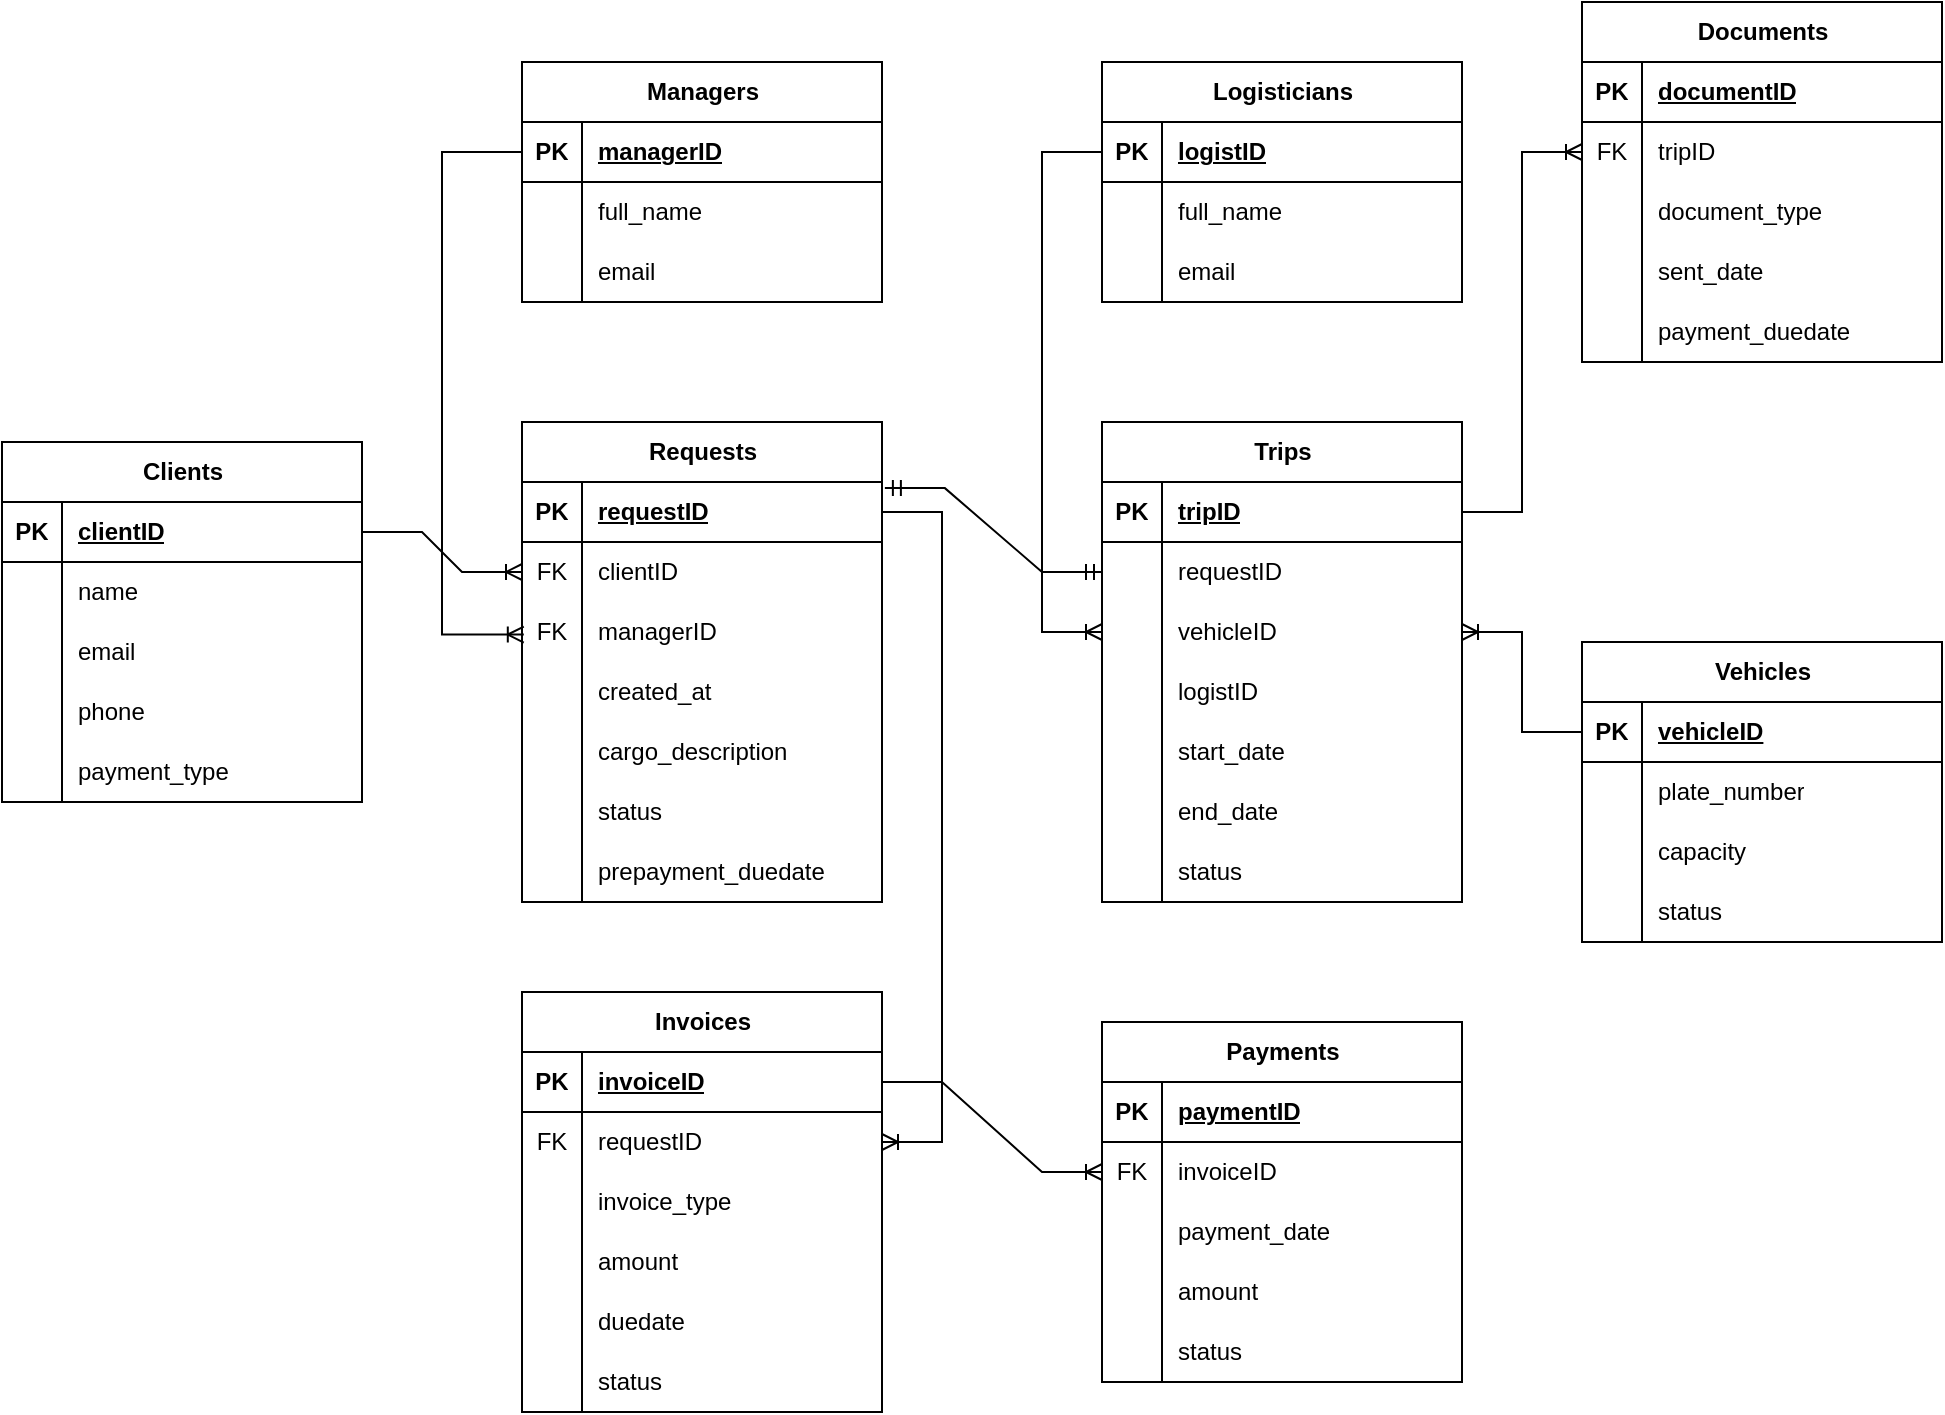
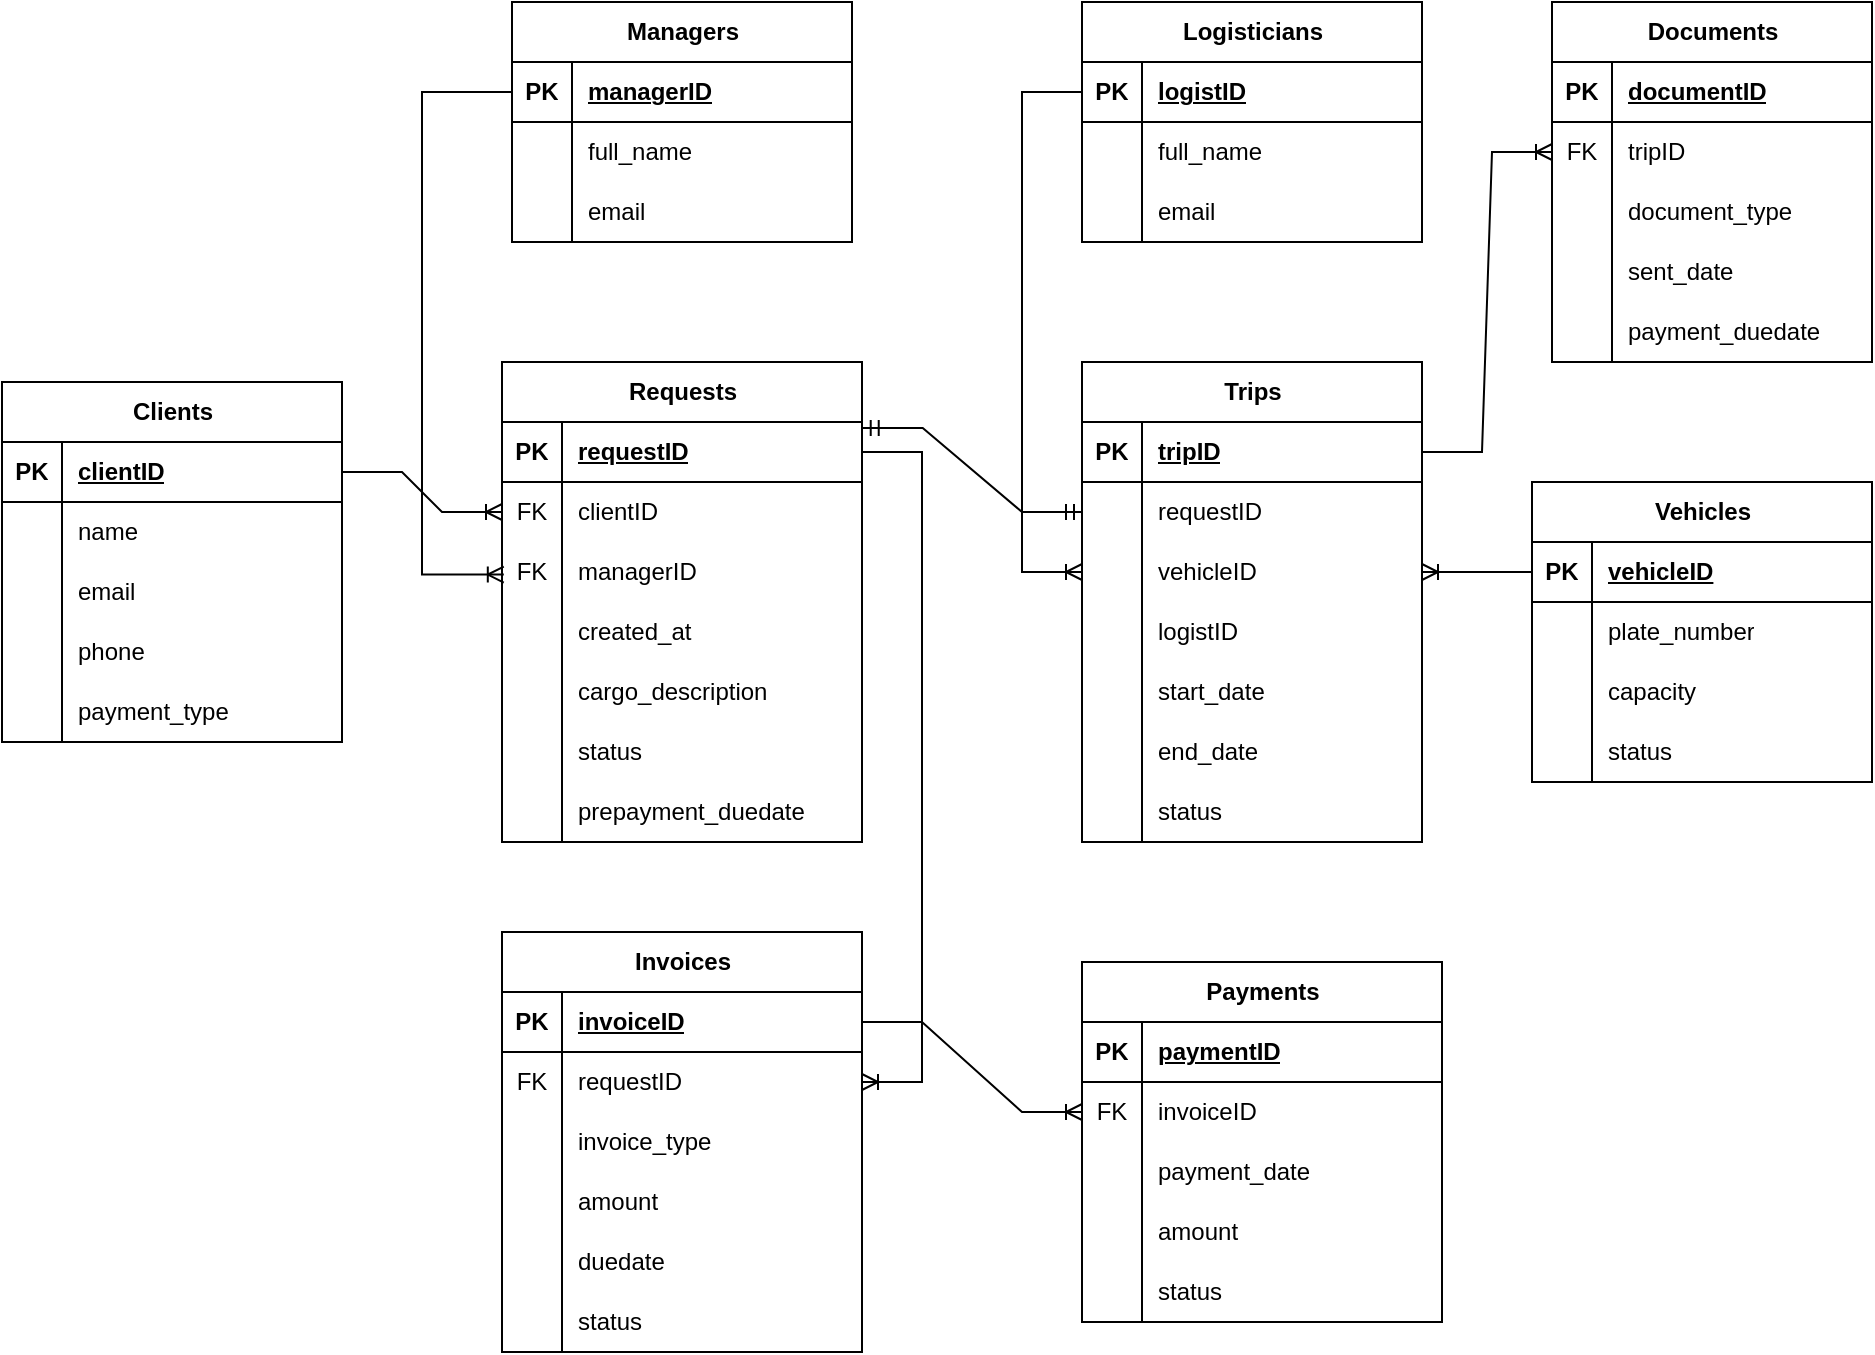
<mxfile host="app.diagrams.net" agent="5.0 (Macintosh; Intel Mac OS X 10_14_6) AppleWebKit/537.36 (KHTML, like Gecko) Chrome/83.0.4103.116 Safari/537.36">
  <diagram id="R2lEEEUBdFMjLlhIrx00" name="Page-1">
    <mxGraphModel dx="1549" dy="743" grid="1" gridSize="10" guides="1" tooltips="1" connect="1" arrows="1" fold="1" page="1" pageScale="1" pageWidth="850" pageHeight="1100" math="0" shadow="0" extFonts="Permanent Marker^https://fonts.googleapis.com/css?family=Permanent+Marker">
      <root>
        <mxCell id="0" />
        <mxCell id="1" parent="0" />
        <mxCell id="OnuUYCShp_7tIGQlhjLA-103" parent="1" style="shape=table;startSize=30;container=1;collapsible=1;childLayout=tableLayout;fixedRows=1;rowLines=0;fontStyle=1;align=center;resizeLast=1;html=1;" value="Clients" vertex="1">
-           <mxGeometry height="180" width="180" x="140" y="380" as="geometry" />
+           <mxGeometry height="180" width="170" x="150" y="380" as="geometry" />
        </mxCell>
        <mxCell id="OnuUYCShp_7tIGQlhjLA-104" parent="OnuUYCShp_7tIGQlhjLA-103" style="shape=tableRow;horizontal=0;startSize=0;swimlaneHead=0;swimlaneBody=0;fillColor=none;collapsible=0;dropTarget=0;points=[[0,0.5],[1,0.5]];portConstraint=eastwest;top=0;left=0;right=0;bottom=1;" value="" vertex="1">
-           <mxGeometry height="30" width="180" y="30" as="geometry" />
+           <mxGeometry height="30" width="170" y="30" as="geometry" />
        </mxCell>
        <mxCell id="OnuUYCShp_7tIGQlhjLA-105" parent="OnuUYCShp_7tIGQlhjLA-104" style="shape=partialRectangle;connectable=0;fillColor=none;top=0;left=0;bottom=0;right=0;fontStyle=1;overflow=hidden;whiteSpace=wrap;html=1;" value="PK" vertex="1">
          <mxGeometry height="30" width="30" as="geometry">
            <mxRectangle height="30" width="30" as="alternateBounds" />
          </mxGeometry>
        </mxCell>
        <mxCell id="OnuUYCShp_7tIGQlhjLA-106" parent="OnuUYCShp_7tIGQlhjLA-104" style="shape=partialRectangle;connectable=0;fillColor=none;top=0;left=0;bottom=0;right=0;align=left;spacingLeft=6;fontStyle=5;overflow=hidden;whiteSpace=wrap;html=1;" value="clientID" vertex="1">
-           <mxGeometry height="30" width="150" x="30" as="geometry">
-             <mxRectangle height="30" width="150" as="alternateBounds" />
+           <mxGeometry height="30" width="140" x="30" as="geometry">
+             <mxRectangle height="30" width="140" as="alternateBounds" />
          </mxGeometry>
        </mxCell>
        <mxCell id="OnuUYCShp_7tIGQlhjLA-107" parent="OnuUYCShp_7tIGQlhjLA-103" style="shape=tableRow;horizontal=0;startSize=0;swimlaneHead=0;swimlaneBody=0;fillColor=none;collapsible=0;dropTarget=0;points=[[0,0.5],[1,0.5]];portConstraint=eastwest;top=0;left=0;right=0;bottom=0;" value="" vertex="1">
-           <mxGeometry height="30" width="180" y="60" as="geometry" />
+           <mxGeometry height="30" width="170" y="60" as="geometry" />
        </mxCell>
        <mxCell id="OnuUYCShp_7tIGQlhjLA-108" parent="OnuUYCShp_7tIGQlhjLA-107" style="shape=partialRectangle;connectable=0;fillColor=none;top=0;left=0;bottom=0;right=0;editable=1;overflow=hidden;whiteSpace=wrap;html=1;" value="" vertex="1">
          <mxGeometry height="30" width="30" as="geometry">
            <mxRectangle height="30" width="30" as="alternateBounds" />
          </mxGeometry>
        </mxCell>
        <mxCell id="OnuUYCShp_7tIGQlhjLA-109" parent="OnuUYCShp_7tIGQlhjLA-107" style="shape=partialRectangle;connectable=0;fillColor=none;top=0;left=0;bottom=0;right=0;align=left;spacingLeft=6;overflow=hidden;whiteSpace=wrap;html=1;" value="name" vertex="1">
-           <mxGeometry height="30" width="150" x="30" as="geometry">
-             <mxRectangle height="30" width="150" as="alternateBounds" />
+           <mxGeometry height="30" width="140" x="30" as="geometry">
+             <mxRectangle height="30" width="140" as="alternateBounds" />
          </mxGeometry>
        </mxCell>
        <mxCell id="OnuUYCShp_7tIGQlhjLA-110" parent="OnuUYCShp_7tIGQlhjLA-103" style="shape=tableRow;horizontal=0;startSize=0;swimlaneHead=0;swimlaneBody=0;fillColor=none;collapsible=0;dropTarget=0;points=[[0,0.5],[1,0.5]];portConstraint=eastwest;top=0;left=0;right=0;bottom=0;" value="" vertex="1">
-           <mxGeometry height="30" width="180" y="90" as="geometry" />
+           <mxGeometry height="30" width="170" y="90" as="geometry" />
        </mxCell>
        <mxCell id="OnuUYCShp_7tIGQlhjLA-111" parent="OnuUYCShp_7tIGQlhjLA-110" style="shape=partialRectangle;connectable=0;fillColor=none;top=0;left=0;bottom=0;right=0;editable=1;overflow=hidden;whiteSpace=wrap;html=1;" value="" vertex="1">
          <mxGeometry height="30" width="30" as="geometry">
            <mxRectangle height="30" width="30" as="alternateBounds" />
          </mxGeometry>
        </mxCell>
        <mxCell id="OnuUYCShp_7tIGQlhjLA-112" parent="OnuUYCShp_7tIGQlhjLA-110" style="shape=partialRectangle;connectable=0;fillColor=none;top=0;left=0;bottom=0;right=0;align=left;spacingLeft=6;overflow=hidden;whiteSpace=wrap;html=1;" value="email" vertex="1">
-           <mxGeometry height="30" width="150" x="30" as="geometry">
-             <mxRectangle height="30" width="150" as="alternateBounds" />
+           <mxGeometry height="30" width="140" x="30" as="geometry">
+             <mxRectangle height="30" width="140" as="alternateBounds" />
          </mxGeometry>
        </mxCell>
        <mxCell id="OnuUYCShp_7tIGQlhjLA-113" parent="OnuUYCShp_7tIGQlhjLA-103" style="shape=tableRow;horizontal=0;startSize=0;swimlaneHead=0;swimlaneBody=0;fillColor=none;collapsible=0;dropTarget=0;points=[[0,0.5],[1,0.5]];portConstraint=eastwest;top=0;left=0;right=0;bottom=0;" value="" vertex="1">
-           <mxGeometry height="30" width="180" y="120" as="geometry" />
+           <mxGeometry height="30" width="170" y="120" as="geometry" />
        </mxCell>
        <mxCell id="OnuUYCShp_7tIGQlhjLA-114" parent="OnuUYCShp_7tIGQlhjLA-113" style="shape=partialRectangle;connectable=0;fillColor=none;top=0;left=0;bottom=0;right=0;editable=1;overflow=hidden;whiteSpace=wrap;html=1;" value="" vertex="1">
          <mxGeometry height="30" width="30" as="geometry">
            <mxRectangle height="30" width="30" as="alternateBounds" />
          </mxGeometry>
        </mxCell>
        <mxCell id="OnuUYCShp_7tIGQlhjLA-115" parent="OnuUYCShp_7tIGQlhjLA-113" style="shape=partialRectangle;connectable=0;fillColor=none;top=0;left=0;bottom=0;right=0;align=left;spacingLeft=6;overflow=hidden;whiteSpace=wrap;html=1;" value="phone" vertex="1">
-           <mxGeometry height="30" width="150" x="30" as="geometry">
-             <mxRectangle height="30" width="150" as="alternateBounds" />
+           <mxGeometry height="30" width="140" x="30" as="geometry">
+             <mxRectangle height="30" width="140" as="alternateBounds" />
          </mxGeometry>
        </mxCell>
        <mxCell id="OnuUYCShp_7tIGQlhjLA-211" parent="OnuUYCShp_7tIGQlhjLA-103" style="shape=tableRow;horizontal=0;startSize=0;swimlaneHead=0;swimlaneBody=0;fillColor=none;collapsible=0;dropTarget=0;points=[[0,0.5],[1,0.5]];portConstraint=eastwest;top=0;left=0;right=0;bottom=0;" value="" vertex="1">
-           <mxGeometry height="30" width="180" y="150" as="geometry" />
+           <mxGeometry height="30" width="170" y="150" as="geometry" />
        </mxCell>
        <mxCell id="OnuUYCShp_7tIGQlhjLA-212" parent="OnuUYCShp_7tIGQlhjLA-211" style="shape=partialRectangle;connectable=0;fillColor=none;top=0;left=0;bottom=0;right=0;editable=1;overflow=hidden;whiteSpace=wrap;html=1;" value="" vertex="1">
          <mxGeometry height="30" width="30" as="geometry">
            <mxRectangle height="30" width="30" as="alternateBounds" />
          </mxGeometry>
        </mxCell>
        <mxCell id="OnuUYCShp_7tIGQlhjLA-213" parent="OnuUYCShp_7tIGQlhjLA-211" style="shape=partialRectangle;connectable=0;fillColor=none;top=0;left=0;bottom=0;right=0;align=left;spacingLeft=6;overflow=hidden;whiteSpace=wrap;html=1;" value="payment_type" vertex="1">
-           <mxGeometry height="30" width="150" x="30" as="geometry">
-             <mxRectangle height="30" width="150" as="alternateBounds" />
+           <mxGeometry height="30" width="140" x="30" as="geometry">
+             <mxRectangle height="30" width="140" as="alternateBounds" />
          </mxGeometry>
        </mxCell>
        <mxCell id="OnuUYCShp_7tIGQlhjLA-116" parent="1" style="shape=table;startSize=30;container=1;collapsible=1;childLayout=tableLayout;fixedRows=1;rowLines=0;fontStyle=1;align=center;resizeLast=1;html=1;" value="Requests" vertex="1">
          <mxGeometry height="240" width="180" x="400" y="370" as="geometry" />
        </mxCell>
        <mxCell id="OnuUYCShp_7tIGQlhjLA-117" parent="OnuUYCShp_7tIGQlhjLA-116" style="shape=tableRow;horizontal=0;startSize=0;swimlaneHead=0;swimlaneBody=0;fillColor=none;collapsible=0;dropTarget=0;points=[[0,0.5],[1,0.5]];portConstraint=eastwest;top=0;left=0;right=0;bottom=1;" value="" vertex="1">
          <mxGeometry height="30" width="180" y="30" as="geometry" />
        </mxCell>
        <mxCell id="OnuUYCShp_7tIGQlhjLA-118" parent="OnuUYCShp_7tIGQlhjLA-117" style="shape=partialRectangle;connectable=0;fillColor=none;top=0;left=0;bottom=0;right=0;fontStyle=1;overflow=hidden;whiteSpace=wrap;html=1;" value="PK" vertex="1">
          <mxGeometry height="30" width="30" as="geometry">
            <mxRectangle height="30" width="30" as="alternateBounds" />
          </mxGeometry>
        </mxCell>
        <mxCell id="OnuUYCShp_7tIGQlhjLA-119" parent="OnuUYCShp_7tIGQlhjLA-117" style="shape=partialRectangle;connectable=0;fillColor=none;top=0;left=0;bottom=0;right=0;align=left;spacingLeft=6;fontStyle=5;overflow=hidden;whiteSpace=wrap;html=1;" value="requestID" vertex="1">
          <mxGeometry height="30" width="150" x="30" as="geometry">
            <mxRectangle height="30" width="150" as="alternateBounds" />
          </mxGeometry>
        </mxCell>
        <mxCell id="OnuUYCShp_7tIGQlhjLA-120" parent="OnuUYCShp_7tIGQlhjLA-116" style="shape=tableRow;horizontal=0;startSize=0;swimlaneHead=0;swimlaneBody=0;fillColor=none;collapsible=0;dropTarget=0;points=[[0,0.5],[1,0.5]];portConstraint=eastwest;top=0;left=0;right=0;bottom=0;" value="" vertex="1">
          <mxGeometry height="30" width="180" y="60" as="geometry" />
        </mxCell>
        <mxCell id="OnuUYCShp_7tIGQlhjLA-121" parent="OnuUYCShp_7tIGQlhjLA-120" style="shape=partialRectangle;connectable=0;fillColor=none;top=0;left=0;bottom=0;right=0;editable=1;overflow=hidden;whiteSpace=wrap;html=1;" value="FK" vertex="1">
          <mxGeometry height="30" width="30" as="geometry">
            <mxRectangle height="30" width="30" as="alternateBounds" />
          </mxGeometry>
        </mxCell>
        <mxCell id="OnuUYCShp_7tIGQlhjLA-122" parent="OnuUYCShp_7tIGQlhjLA-120" style="shape=partialRectangle;connectable=0;fillColor=none;top=0;left=0;bottom=0;right=0;align=left;spacingLeft=6;overflow=hidden;whiteSpace=wrap;html=1;" value="clientID" vertex="1">
          <mxGeometry height="30" width="150" x="30" as="geometry">
            <mxRectangle height="30" width="150" as="alternateBounds" />
          </mxGeometry>
        </mxCell>
        <mxCell id="OnuUYCShp_7tIGQlhjLA-123" parent="OnuUYCShp_7tIGQlhjLA-116" style="shape=tableRow;horizontal=0;startSize=0;swimlaneHead=0;swimlaneBody=0;fillColor=none;collapsible=0;dropTarget=0;points=[[0,0.5],[1,0.5]];portConstraint=eastwest;top=0;left=0;right=0;bottom=0;" value="" vertex="1">
          <mxGeometry height="30" width="180" y="90" as="geometry" />
        </mxCell>
        <mxCell id="OnuUYCShp_7tIGQlhjLA-124" parent="OnuUYCShp_7tIGQlhjLA-123" style="shape=partialRectangle;connectable=0;fillColor=none;top=0;left=0;bottom=0;right=0;editable=1;overflow=hidden;whiteSpace=wrap;html=1;" value="FK" vertex="1">
          <mxGeometry height="30" width="30" as="geometry">
            <mxRectangle height="30" width="30" as="alternateBounds" />
          </mxGeometry>
        </mxCell>
        <mxCell id="OnuUYCShp_7tIGQlhjLA-125" parent="OnuUYCShp_7tIGQlhjLA-123" style="shape=partialRectangle;connectable=0;fillColor=none;top=0;left=0;bottom=0;right=0;align=left;spacingLeft=6;overflow=hidden;whiteSpace=wrap;html=1;" value="managerID" vertex="1">
          <mxGeometry height="30" width="150" x="30" as="geometry">
            <mxRectangle height="30" width="150" as="alternateBounds" />
          </mxGeometry>
        </mxCell>
        <mxCell id="OnuUYCShp_7tIGQlhjLA-126" parent="OnuUYCShp_7tIGQlhjLA-116" style="shape=tableRow;horizontal=0;startSize=0;swimlaneHead=0;swimlaneBody=0;fillColor=none;collapsible=0;dropTarget=0;points=[[0,0.5],[1,0.5]];portConstraint=eastwest;top=0;left=0;right=0;bottom=0;" value="" vertex="1">
          <mxGeometry height="30" width="180" y="120" as="geometry" />
        </mxCell>
        <mxCell id="OnuUYCShp_7tIGQlhjLA-127" parent="OnuUYCShp_7tIGQlhjLA-126" style="shape=partialRectangle;connectable=0;fillColor=none;top=0;left=0;bottom=0;right=0;editable=1;overflow=hidden;whiteSpace=wrap;html=1;" value="" vertex="1">
          <mxGeometry height="30" width="30" as="geometry">
            <mxRectangle height="30" width="30" as="alternateBounds" />
          </mxGeometry>
        </mxCell>
        <mxCell id="OnuUYCShp_7tIGQlhjLA-128" parent="OnuUYCShp_7tIGQlhjLA-126" style="shape=partialRectangle;connectable=0;fillColor=none;top=0;left=0;bottom=0;right=0;align=left;spacingLeft=6;overflow=hidden;whiteSpace=wrap;html=1;" value="created_at" vertex="1">
          <mxGeometry height="30" width="150" x="30" as="geometry">
            <mxRectangle height="30" width="150" as="alternateBounds" />
          </mxGeometry>
        </mxCell>
        <mxCell id="OnuUYCShp_7tIGQlhjLA-227" parent="OnuUYCShp_7tIGQlhjLA-116" style="shape=tableRow;horizontal=0;startSize=0;swimlaneHead=0;swimlaneBody=0;fillColor=none;collapsible=0;dropTarget=0;points=[[0,0.5],[1,0.5]];portConstraint=eastwest;top=0;left=0;right=0;bottom=0;" value="" vertex="1">
          <mxGeometry height="30" width="180" y="150" as="geometry" />
        </mxCell>
        <mxCell id="OnuUYCShp_7tIGQlhjLA-228" parent="OnuUYCShp_7tIGQlhjLA-227" style="shape=partialRectangle;connectable=0;fillColor=none;top=0;left=0;bottom=0;right=0;editable=1;overflow=hidden;whiteSpace=wrap;html=1;" value="" vertex="1">
          <mxGeometry height="30" width="30" as="geometry">
            <mxRectangle height="30" width="30" as="alternateBounds" />
          </mxGeometry>
        </mxCell>
        <mxCell id="OnuUYCShp_7tIGQlhjLA-229" parent="OnuUYCShp_7tIGQlhjLA-227" style="shape=partialRectangle;connectable=0;fillColor=none;top=0;left=0;bottom=0;right=0;align=left;spacingLeft=6;overflow=hidden;whiteSpace=wrap;html=1;" value="cargo_description" vertex="1">
          <mxGeometry height="30" width="150" x="30" as="geometry">
            <mxRectangle height="30" width="150" as="alternateBounds" />
          </mxGeometry>
        </mxCell>
        <mxCell id="OnuUYCShp_7tIGQlhjLA-230" parent="OnuUYCShp_7tIGQlhjLA-116" style="shape=tableRow;horizontal=0;startSize=0;swimlaneHead=0;swimlaneBody=0;fillColor=none;collapsible=0;dropTarget=0;points=[[0,0.5],[1,0.5]];portConstraint=eastwest;top=0;left=0;right=0;bottom=0;" value="" vertex="1">
          <mxGeometry height="30" width="180" y="180" as="geometry" />
        </mxCell>
        <mxCell id="OnuUYCShp_7tIGQlhjLA-231" parent="OnuUYCShp_7tIGQlhjLA-230" style="shape=partialRectangle;connectable=0;fillColor=none;top=0;left=0;bottom=0;right=0;editable=1;overflow=hidden;whiteSpace=wrap;html=1;" value="" vertex="1">
          <mxGeometry height="30" width="30" as="geometry">
            <mxRectangle height="30" width="30" as="alternateBounds" />
          </mxGeometry>
        </mxCell>
        <mxCell id="OnuUYCShp_7tIGQlhjLA-232" parent="OnuUYCShp_7tIGQlhjLA-230" style="shape=partialRectangle;connectable=0;fillColor=none;top=0;left=0;bottom=0;right=0;align=left;spacingLeft=6;overflow=hidden;whiteSpace=wrap;html=1;" value="status" vertex="1">
          <mxGeometry height="30" width="150" x="30" as="geometry">
            <mxRectangle height="30" width="150" as="alternateBounds" />
          </mxGeometry>
        </mxCell>
        <mxCell id="OnuUYCShp_7tIGQlhjLA-233" parent="OnuUYCShp_7tIGQlhjLA-116" style="shape=tableRow;horizontal=0;startSize=0;swimlaneHead=0;swimlaneBody=0;fillColor=none;collapsible=0;dropTarget=0;points=[[0,0.5],[1,0.5]];portConstraint=eastwest;top=0;left=0;right=0;bottom=0;" value="" vertex="1">
          <mxGeometry height="30" width="180" y="210" as="geometry" />
        </mxCell>
        <mxCell id="OnuUYCShp_7tIGQlhjLA-234" parent="OnuUYCShp_7tIGQlhjLA-233" style="shape=partialRectangle;connectable=0;fillColor=none;top=0;left=0;bottom=0;right=0;editable=1;overflow=hidden;whiteSpace=wrap;html=1;" value="" vertex="1">
          <mxGeometry height="30" width="30" as="geometry">
            <mxRectangle height="30" width="30" as="alternateBounds" />
          </mxGeometry>
        </mxCell>
        <mxCell id="OnuUYCShp_7tIGQlhjLA-235" parent="OnuUYCShp_7tIGQlhjLA-233" style="shape=partialRectangle;connectable=0;fillColor=none;top=0;left=0;bottom=0;right=0;align=left;spacingLeft=6;overflow=hidden;whiteSpace=wrap;html=1;" value="prepayment_duedate" vertex="1">
          <mxGeometry height="30" width="150" x="30" as="geometry">
            <mxRectangle height="30" width="150" as="alternateBounds" />
          </mxGeometry>
        </mxCell>
        <mxCell id="OnuUYCShp_7tIGQlhjLA-129" parent="1" style="shape=table;startSize=30;container=1;collapsible=1;childLayout=tableLayout;fixedRows=1;rowLines=0;fontStyle=1;align=center;resizeLast=1;html=1;" value="Invoices" vertex="1">
          <mxGeometry height="210" width="180" x="400" y="655" as="geometry" />
        </mxCell>
        <mxCell id="OnuUYCShp_7tIGQlhjLA-130" parent="OnuUYCShp_7tIGQlhjLA-129" style="shape=tableRow;horizontal=0;startSize=0;swimlaneHead=0;swimlaneBody=0;fillColor=none;collapsible=0;dropTarget=0;points=[[0,0.5],[1,0.5]];portConstraint=eastwest;top=0;left=0;right=0;bottom=1;" value="" vertex="1">
          <mxGeometry height="30" width="180" y="30" as="geometry" />
        </mxCell>
        <mxCell id="OnuUYCShp_7tIGQlhjLA-131" parent="OnuUYCShp_7tIGQlhjLA-130" style="shape=partialRectangle;connectable=0;fillColor=none;top=0;left=0;bottom=0;right=0;fontStyle=1;overflow=hidden;whiteSpace=wrap;html=1;" value="PK" vertex="1">
          <mxGeometry height="30" width="30" as="geometry">
            <mxRectangle height="30" width="30" as="alternateBounds" />
          </mxGeometry>
        </mxCell>
        <mxCell id="OnuUYCShp_7tIGQlhjLA-132" parent="OnuUYCShp_7tIGQlhjLA-130" style="shape=partialRectangle;connectable=0;fillColor=none;top=0;left=0;bottom=0;right=0;align=left;spacingLeft=6;fontStyle=5;overflow=hidden;whiteSpace=wrap;html=1;" value="invoiceID" vertex="1">
          <mxGeometry height="30" width="150" x="30" as="geometry">
            <mxRectangle height="30" width="150" as="alternateBounds" />
          </mxGeometry>
        </mxCell>
        <mxCell id="OnuUYCShp_7tIGQlhjLA-133" parent="OnuUYCShp_7tIGQlhjLA-129" style="shape=tableRow;horizontal=0;startSize=0;swimlaneHead=0;swimlaneBody=0;fillColor=none;collapsible=0;dropTarget=0;points=[[0,0.5],[1,0.5]];portConstraint=eastwest;top=0;left=0;right=0;bottom=0;" value="" vertex="1">
          <mxGeometry height="30" width="180" y="60" as="geometry" />
        </mxCell>
        <mxCell id="OnuUYCShp_7tIGQlhjLA-134" parent="OnuUYCShp_7tIGQlhjLA-133" style="shape=partialRectangle;connectable=0;fillColor=none;top=0;left=0;bottom=0;right=0;editable=1;overflow=hidden;whiteSpace=wrap;html=1;" value="FK" vertex="1">
          <mxGeometry height="30" width="30" as="geometry">
            <mxRectangle height="30" width="30" as="alternateBounds" />
          </mxGeometry>
        </mxCell>
        <mxCell id="OnuUYCShp_7tIGQlhjLA-135" parent="OnuUYCShp_7tIGQlhjLA-133" style="shape=partialRectangle;connectable=0;fillColor=none;top=0;left=0;bottom=0;right=0;align=left;spacingLeft=6;overflow=hidden;whiteSpace=wrap;html=1;" value="requestID" vertex="1">
          <mxGeometry height="30" width="150" x="30" as="geometry">
            <mxRectangle height="30" width="150" as="alternateBounds" />
          </mxGeometry>
        </mxCell>
        <mxCell id="OnuUYCShp_7tIGQlhjLA-136" parent="OnuUYCShp_7tIGQlhjLA-129" style="shape=tableRow;horizontal=0;startSize=0;swimlaneHead=0;swimlaneBody=0;fillColor=none;collapsible=0;dropTarget=0;points=[[0,0.5],[1,0.5]];portConstraint=eastwest;top=0;left=0;right=0;bottom=0;" value="" vertex="1">
          <mxGeometry height="30" width="180" y="90" as="geometry" />
        </mxCell>
        <mxCell id="OnuUYCShp_7tIGQlhjLA-137" parent="OnuUYCShp_7tIGQlhjLA-136" style="shape=partialRectangle;connectable=0;fillColor=none;top=0;left=0;bottom=0;right=0;editable=1;overflow=hidden;whiteSpace=wrap;html=1;" value="" vertex="1">
          <mxGeometry height="30" width="30" as="geometry">
            <mxRectangle height="30" width="30" as="alternateBounds" />
          </mxGeometry>
        </mxCell>
        <mxCell id="OnuUYCShp_7tIGQlhjLA-138" parent="OnuUYCShp_7tIGQlhjLA-136" style="shape=partialRectangle;connectable=0;fillColor=none;top=0;left=0;bottom=0;right=0;align=left;spacingLeft=6;overflow=hidden;whiteSpace=wrap;html=1;" value="invoice_type" vertex="1">
          <mxGeometry height="30" width="150" x="30" as="geometry">
            <mxRectangle height="30" width="150" as="alternateBounds" />
          </mxGeometry>
        </mxCell>
        <mxCell id="OnuUYCShp_7tIGQlhjLA-139" parent="OnuUYCShp_7tIGQlhjLA-129" style="shape=tableRow;horizontal=0;startSize=0;swimlaneHead=0;swimlaneBody=0;fillColor=none;collapsible=0;dropTarget=0;points=[[0,0.5],[1,0.5]];portConstraint=eastwest;top=0;left=0;right=0;bottom=0;" value="" vertex="1">
          <mxGeometry height="30" width="180" y="120" as="geometry" />
        </mxCell>
        <mxCell id="OnuUYCShp_7tIGQlhjLA-140" parent="OnuUYCShp_7tIGQlhjLA-139" style="shape=partialRectangle;connectable=0;fillColor=none;top=0;left=0;bottom=0;right=0;editable=1;overflow=hidden;whiteSpace=wrap;html=1;" value="" vertex="1">
          <mxGeometry height="30" width="30" as="geometry">
            <mxRectangle height="30" width="30" as="alternateBounds" />
          </mxGeometry>
        </mxCell>
        <mxCell id="OnuUYCShp_7tIGQlhjLA-141" parent="OnuUYCShp_7tIGQlhjLA-139" style="shape=partialRectangle;connectable=0;fillColor=none;top=0;left=0;bottom=0;right=0;align=left;spacingLeft=6;overflow=hidden;whiteSpace=wrap;html=1;" value="amount" vertex="1">
          <mxGeometry height="30" width="150" x="30" as="geometry">
            <mxRectangle height="30" width="150" as="alternateBounds" />
          </mxGeometry>
        </mxCell>
        <mxCell id="OnuUYCShp_7tIGQlhjLA-236" parent="OnuUYCShp_7tIGQlhjLA-129" style="shape=tableRow;horizontal=0;startSize=0;swimlaneHead=0;swimlaneBody=0;fillColor=none;collapsible=0;dropTarget=0;points=[[0,0.5],[1,0.5]];portConstraint=eastwest;top=0;left=0;right=0;bottom=0;" value="" vertex="1">
          <mxGeometry height="30" width="180" y="150" as="geometry" />
        </mxCell>
        <mxCell id="OnuUYCShp_7tIGQlhjLA-237" parent="OnuUYCShp_7tIGQlhjLA-236" style="shape=partialRectangle;connectable=0;fillColor=none;top=0;left=0;bottom=0;right=0;editable=1;overflow=hidden;whiteSpace=wrap;html=1;" value="" vertex="1">
          <mxGeometry height="30" width="30" as="geometry">
            <mxRectangle height="30" width="30" as="alternateBounds" />
          </mxGeometry>
        </mxCell>
        <mxCell id="OnuUYCShp_7tIGQlhjLA-238" parent="OnuUYCShp_7tIGQlhjLA-236" style="shape=partialRectangle;connectable=0;fillColor=none;top=0;left=0;bottom=0;right=0;align=left;spacingLeft=6;overflow=hidden;whiteSpace=wrap;html=1;" value="duedate" vertex="1">
          <mxGeometry height="30" width="150" x="30" as="geometry">
            <mxRectangle height="30" width="150" as="alternateBounds" />
          </mxGeometry>
        </mxCell>
        <mxCell id="OnuUYCShp_7tIGQlhjLA-239" parent="OnuUYCShp_7tIGQlhjLA-129" style="shape=tableRow;horizontal=0;startSize=0;swimlaneHead=0;swimlaneBody=0;fillColor=none;collapsible=0;dropTarget=0;points=[[0,0.5],[1,0.5]];portConstraint=eastwest;top=0;left=0;right=0;bottom=0;" value="" vertex="1">
          <mxGeometry height="30" width="180" y="180" as="geometry" />
        </mxCell>
        <mxCell id="OnuUYCShp_7tIGQlhjLA-240" parent="OnuUYCShp_7tIGQlhjLA-239" style="shape=partialRectangle;connectable=0;fillColor=none;top=0;left=0;bottom=0;right=0;editable=1;overflow=hidden;whiteSpace=wrap;html=1;" value="" vertex="1">
          <mxGeometry height="30" width="30" as="geometry">
            <mxRectangle height="30" width="30" as="alternateBounds" />
          </mxGeometry>
        </mxCell>
        <mxCell id="OnuUYCShp_7tIGQlhjLA-241" parent="OnuUYCShp_7tIGQlhjLA-239" style="shape=partialRectangle;connectable=0;fillColor=none;top=0;left=0;bottom=0;right=0;align=left;spacingLeft=6;overflow=hidden;whiteSpace=wrap;html=1;" value="status" vertex="1">
          <mxGeometry height="30" width="150" x="30" as="geometry">
            <mxRectangle height="30" width="150" as="alternateBounds" />
          </mxGeometry>
        </mxCell>
        <mxCell id="OnuUYCShp_7tIGQlhjLA-142" parent="1" style="shape=table;startSize=30;container=1;collapsible=1;childLayout=tableLayout;fixedRows=1;rowLines=0;fontStyle=1;align=center;resizeLast=1;html=1;" value="Trips" vertex="1">
-           <mxGeometry height="240" width="180" x="690" y="370" as="geometry" />
+           <mxGeometry height="240" width="170" x="690" y="370" as="geometry" />
        </mxCell>
        <mxCell id="OnuUYCShp_7tIGQlhjLA-143" parent="OnuUYCShp_7tIGQlhjLA-142" style="shape=tableRow;horizontal=0;startSize=0;swimlaneHead=0;swimlaneBody=0;fillColor=none;collapsible=0;dropTarget=0;points=[[0,0.5],[1,0.5]];portConstraint=eastwest;top=0;left=0;right=0;bottom=1;" value="" vertex="1">
-           <mxGeometry height="30" width="180" y="30" as="geometry" />
+           <mxGeometry height="30" width="170" y="30" as="geometry" />
        </mxCell>
        <mxCell id="OnuUYCShp_7tIGQlhjLA-144" parent="OnuUYCShp_7tIGQlhjLA-143" style="shape=partialRectangle;connectable=0;fillColor=none;top=0;left=0;bottom=0;right=0;fontStyle=1;overflow=hidden;whiteSpace=wrap;html=1;" value="PK" vertex="1">
          <mxGeometry height="30" width="30" as="geometry">
            <mxRectangle height="30" width="30" as="alternateBounds" />
          </mxGeometry>
        </mxCell>
        <mxCell id="OnuUYCShp_7tIGQlhjLA-145" parent="OnuUYCShp_7tIGQlhjLA-143" style="shape=partialRectangle;connectable=0;fillColor=none;top=0;left=0;bottom=0;right=0;align=left;spacingLeft=6;fontStyle=5;overflow=hidden;whiteSpace=wrap;html=1;" value="tripID" vertex="1">
-           <mxGeometry height="30" width="150" x="30" as="geometry">
-             <mxRectangle height="30" width="150" as="alternateBounds" />
+           <mxGeometry height="30" width="140" x="30" as="geometry">
+             <mxRectangle height="30" width="140" as="alternateBounds" />
          </mxGeometry>
        </mxCell>
        <mxCell id="OnuUYCShp_7tIGQlhjLA-146" parent="OnuUYCShp_7tIGQlhjLA-142" style="shape=tableRow;horizontal=0;startSize=0;swimlaneHead=0;swimlaneBody=0;fillColor=none;collapsible=0;dropTarget=0;points=[[0,0.5],[1,0.5]];portConstraint=eastwest;top=0;left=0;right=0;bottom=0;" value="" vertex="1">
-           <mxGeometry height="30" width="180" y="60" as="geometry" />
+           <mxGeometry height="30" width="170" y="60" as="geometry" />
        </mxCell>
        <mxCell id="OnuUYCShp_7tIGQlhjLA-147" parent="OnuUYCShp_7tIGQlhjLA-146" style="shape=partialRectangle;connectable=0;fillColor=none;top=0;left=0;bottom=0;right=0;editable=1;overflow=hidden;whiteSpace=wrap;html=1;" value="" vertex="1">
          <mxGeometry height="30" width="30" as="geometry">
            <mxRectangle height="30" width="30" as="alternateBounds" />
          </mxGeometry>
        </mxCell>
        <mxCell id="OnuUYCShp_7tIGQlhjLA-148" parent="OnuUYCShp_7tIGQlhjLA-146" style="shape=partialRectangle;connectable=0;fillColor=none;top=0;left=0;bottom=0;right=0;align=left;spacingLeft=6;overflow=hidden;whiteSpace=wrap;html=1;" value="requestID" vertex="1">
-           <mxGeometry height="30" width="150" x="30" as="geometry">
-             <mxRectangle height="30" width="150" as="alternateBounds" />
+           <mxGeometry height="30" width="140" x="30" as="geometry">
+             <mxRectangle height="30" width="140" as="alternateBounds" />
          </mxGeometry>
        </mxCell>
        <mxCell id="OnuUYCShp_7tIGQlhjLA-149" parent="OnuUYCShp_7tIGQlhjLA-142" style="shape=tableRow;horizontal=0;startSize=0;swimlaneHead=0;swimlaneBody=0;fillColor=none;collapsible=0;dropTarget=0;points=[[0,0.5],[1,0.5]];portConstraint=eastwest;top=0;left=0;right=0;bottom=0;" value="" vertex="1">
-           <mxGeometry height="30" width="180" y="90" as="geometry" />
+           <mxGeometry height="30" width="170" y="90" as="geometry" />
        </mxCell>
        <mxCell id="OnuUYCShp_7tIGQlhjLA-150" parent="OnuUYCShp_7tIGQlhjLA-149" style="shape=partialRectangle;connectable=0;fillColor=none;top=0;left=0;bottom=0;right=0;editable=1;overflow=hidden;whiteSpace=wrap;html=1;" value="" vertex="1">
          <mxGeometry height="30" width="30" as="geometry">
            <mxRectangle height="30" width="30" as="alternateBounds" />
          </mxGeometry>
        </mxCell>
        <mxCell id="OnuUYCShp_7tIGQlhjLA-151" parent="OnuUYCShp_7tIGQlhjLA-149" style="shape=partialRectangle;connectable=0;fillColor=none;top=0;left=0;bottom=0;right=0;align=left;spacingLeft=6;overflow=hidden;whiteSpace=wrap;html=1;" value="vehicleID" vertex="1">
-           <mxGeometry height="30" width="150" x="30" as="geometry">
-             <mxRectangle height="30" width="150" as="alternateBounds" />
+           <mxGeometry height="30" width="140" x="30" as="geometry">
+             <mxRectangle height="30" width="140" as="alternateBounds" />
          </mxGeometry>
        </mxCell>
        <mxCell id="OnuUYCShp_7tIGQlhjLA-152" parent="OnuUYCShp_7tIGQlhjLA-142" style="shape=tableRow;horizontal=0;startSize=0;swimlaneHead=0;swimlaneBody=0;fillColor=none;collapsible=0;dropTarget=0;points=[[0,0.5],[1,0.5]];portConstraint=eastwest;top=0;left=0;right=0;bottom=0;" value="" vertex="1">
-           <mxGeometry height="30" width="180" y="120" as="geometry" />
+           <mxGeometry height="30" width="170" y="120" as="geometry" />
        </mxCell>
        <mxCell id="OnuUYCShp_7tIGQlhjLA-153" parent="OnuUYCShp_7tIGQlhjLA-152" style="shape=partialRectangle;connectable=0;fillColor=none;top=0;left=0;bottom=0;right=0;editable=1;overflow=hidden;whiteSpace=wrap;html=1;" value="" vertex="1">
          <mxGeometry height="30" width="30" as="geometry">
            <mxRectangle height="30" width="30" as="alternateBounds" />
          </mxGeometry>
        </mxCell>
        <mxCell id="OnuUYCShp_7tIGQlhjLA-154" parent="OnuUYCShp_7tIGQlhjLA-152" style="shape=partialRectangle;connectable=0;fillColor=none;top=0;left=0;bottom=0;right=0;align=left;spacingLeft=6;overflow=hidden;whiteSpace=wrap;html=1;" value="logistID" vertex="1">
-           <mxGeometry height="30" width="150" x="30" as="geometry">
-             <mxRectangle height="30" width="150" as="alternateBounds" />
+           <mxGeometry height="30" width="140" x="30" as="geometry">
+             <mxRectangle height="30" width="140" as="alternateBounds" />
          </mxGeometry>
        </mxCell>
        <mxCell id="OnuUYCShp_7tIGQlhjLA-274" parent="OnuUYCShp_7tIGQlhjLA-142" style="shape=tableRow;horizontal=0;startSize=0;swimlaneHead=0;swimlaneBody=0;fillColor=none;collapsible=0;dropTarget=0;points=[[0,0.5],[1,0.5]];portConstraint=eastwest;top=0;left=0;right=0;bottom=0;" value="" vertex="1">
-           <mxGeometry height="30" width="180" y="150" as="geometry" />
+           <mxGeometry height="30" width="170" y="150" as="geometry" />
        </mxCell>
        <mxCell id="OnuUYCShp_7tIGQlhjLA-275" parent="OnuUYCShp_7tIGQlhjLA-274" style="shape=partialRectangle;connectable=0;fillColor=none;top=0;left=0;bottom=0;right=0;editable=1;overflow=hidden;whiteSpace=wrap;html=1;" value="" vertex="1">
          <mxGeometry height="30" width="30" as="geometry">
            <mxRectangle height="30" width="30" as="alternateBounds" />
          </mxGeometry>
        </mxCell>
        <mxCell id="OnuUYCShp_7tIGQlhjLA-276" parent="OnuUYCShp_7tIGQlhjLA-274" style="shape=partialRectangle;connectable=0;fillColor=none;top=0;left=0;bottom=0;right=0;align=left;spacingLeft=6;overflow=hidden;whiteSpace=wrap;html=1;" value="start_date" vertex="1">
-           <mxGeometry height="30" width="150" x="30" as="geometry">
-             <mxRectangle height="30" width="150" as="alternateBounds" />
+           <mxGeometry height="30" width="140" x="30" as="geometry">
+             <mxRectangle height="30" width="140" as="alternateBounds" />
          </mxGeometry>
        </mxCell>
        <mxCell id="OnuUYCShp_7tIGQlhjLA-277" parent="OnuUYCShp_7tIGQlhjLA-142" style="shape=tableRow;horizontal=0;startSize=0;swimlaneHead=0;swimlaneBody=0;fillColor=none;collapsible=0;dropTarget=0;points=[[0,0.5],[1,0.5]];portConstraint=eastwest;top=0;left=0;right=0;bottom=0;" value="" vertex="1">
-           <mxGeometry height="30" width="180" y="180" as="geometry" />
+           <mxGeometry height="30" width="170" y="180" as="geometry" />
        </mxCell>
        <mxCell id="OnuUYCShp_7tIGQlhjLA-278" parent="OnuUYCShp_7tIGQlhjLA-277" style="shape=partialRectangle;connectable=0;fillColor=none;top=0;left=0;bottom=0;right=0;editable=1;overflow=hidden;whiteSpace=wrap;html=1;" value="" vertex="1">
          <mxGeometry height="30" width="30" as="geometry">
            <mxRectangle height="30" width="30" as="alternateBounds" />
          </mxGeometry>
        </mxCell>
        <mxCell id="OnuUYCShp_7tIGQlhjLA-279" parent="OnuUYCShp_7tIGQlhjLA-277" style="shape=partialRectangle;connectable=0;fillColor=none;top=0;left=0;bottom=0;right=0;align=left;spacingLeft=6;overflow=hidden;whiteSpace=wrap;html=1;" value="end_date" vertex="1">
-           <mxGeometry height="30" width="150" x="30" as="geometry">
-             <mxRectangle height="30" width="150" as="alternateBounds" />
+           <mxGeometry height="30" width="140" x="30" as="geometry">
+             <mxRectangle height="30" width="140" as="alternateBounds" />
          </mxGeometry>
        </mxCell>
        <mxCell id="OnuUYCShp_7tIGQlhjLA-280" parent="OnuUYCShp_7tIGQlhjLA-142" style="shape=tableRow;horizontal=0;startSize=0;swimlaneHead=0;swimlaneBody=0;fillColor=none;collapsible=0;dropTarget=0;points=[[0,0.5],[1,0.5]];portConstraint=eastwest;top=0;left=0;right=0;bottom=0;" value="" vertex="1">
-           <mxGeometry height="30" width="180" y="210" as="geometry" />
+           <mxGeometry height="30" width="170" y="210" as="geometry" />
        </mxCell>
        <mxCell id="OnuUYCShp_7tIGQlhjLA-281" parent="OnuUYCShp_7tIGQlhjLA-280" style="shape=partialRectangle;connectable=0;fillColor=none;top=0;left=0;bottom=0;right=0;editable=1;overflow=hidden;whiteSpace=wrap;html=1;" value="" vertex="1">
          <mxGeometry height="30" width="30" as="geometry">
            <mxRectangle height="30" width="30" as="alternateBounds" />
          </mxGeometry>
        </mxCell>
        <mxCell id="OnuUYCShp_7tIGQlhjLA-282" parent="OnuUYCShp_7tIGQlhjLA-280" style="shape=partialRectangle;connectable=0;fillColor=none;top=0;left=0;bottom=0;right=0;align=left;spacingLeft=6;overflow=hidden;whiteSpace=wrap;html=1;" value="status" vertex="1">
-           <mxGeometry height="30" width="150" x="30" as="geometry">
-             <mxRectangle height="30" width="150" as="alternateBounds" />
+           <mxGeometry height="30" width="140" x="30" as="geometry">
+             <mxRectangle height="30" width="140" as="alternateBounds" />
          </mxGeometry>
        </mxCell>
        <mxCell id="OnuUYCShp_7tIGQlhjLA-155" parent="1" style="shape=table;startSize=30;container=1;collapsible=1;childLayout=tableLayout;fixedRows=1;rowLines=0;fontStyle=1;align=center;resizeLast=1;html=1;" value="Vehicles" vertex="1">
-           <mxGeometry height="150" width="180" x="930" y="480" as="geometry" />
+           <mxGeometry height="150" width="170" x="915" y="430" as="geometry" />
        </mxCell>
        <mxCell id="OnuUYCShp_7tIGQlhjLA-156" parent="OnuUYCShp_7tIGQlhjLA-155" style="shape=tableRow;horizontal=0;startSize=0;swimlaneHead=0;swimlaneBody=0;fillColor=none;collapsible=0;dropTarget=0;points=[[0,0.5],[1,0.5]];portConstraint=eastwest;top=0;left=0;right=0;bottom=1;" value="" vertex="1">
-           <mxGeometry height="30" width="180" y="30" as="geometry" />
+           <mxGeometry height="30" width="170" y="30" as="geometry" />
        </mxCell>
        <mxCell id="OnuUYCShp_7tIGQlhjLA-157" parent="OnuUYCShp_7tIGQlhjLA-156" style="shape=partialRectangle;connectable=0;fillColor=none;top=0;left=0;bottom=0;right=0;fontStyle=1;overflow=hidden;whiteSpace=wrap;html=1;" value="PK" vertex="1">
          <mxGeometry height="30" width="30" as="geometry">
            <mxRectangle height="30" width="30" as="alternateBounds" />
          </mxGeometry>
        </mxCell>
        <mxCell id="OnuUYCShp_7tIGQlhjLA-158" parent="OnuUYCShp_7tIGQlhjLA-156" style="shape=partialRectangle;connectable=0;fillColor=none;top=0;left=0;bottom=0;right=0;align=left;spacingLeft=6;fontStyle=5;overflow=hidden;whiteSpace=wrap;html=1;" value="vehicleID" vertex="1">
-           <mxGeometry height="30" width="150" x="30" as="geometry">
-             <mxRectangle height="30" width="150" as="alternateBounds" />
+           <mxGeometry height="30" width="140" x="30" as="geometry">
+             <mxRectangle height="30" width="140" as="alternateBounds" />
          </mxGeometry>
        </mxCell>
        <mxCell id="OnuUYCShp_7tIGQlhjLA-159" parent="OnuUYCShp_7tIGQlhjLA-155" style="shape=tableRow;horizontal=0;startSize=0;swimlaneHead=0;swimlaneBody=0;fillColor=none;collapsible=0;dropTarget=0;points=[[0,0.5],[1,0.5]];portConstraint=eastwest;top=0;left=0;right=0;bottom=0;" value="" vertex="1">
-           <mxGeometry height="30" width="180" y="60" as="geometry" />
+           <mxGeometry height="30" width="170" y="60" as="geometry" />
        </mxCell>
        <mxCell id="OnuUYCShp_7tIGQlhjLA-160" parent="OnuUYCShp_7tIGQlhjLA-159" style="shape=partialRectangle;connectable=0;fillColor=none;top=0;left=0;bottom=0;right=0;editable=1;overflow=hidden;whiteSpace=wrap;html=1;" value="" vertex="1">
          <mxGeometry height="30" width="30" as="geometry">
            <mxRectangle height="30" width="30" as="alternateBounds" />
          </mxGeometry>
        </mxCell>
        <mxCell id="OnuUYCShp_7tIGQlhjLA-161" parent="OnuUYCShp_7tIGQlhjLA-159" style="shape=partialRectangle;connectable=0;fillColor=none;top=0;left=0;bottom=0;right=0;align=left;spacingLeft=6;overflow=hidden;whiteSpace=wrap;html=1;" value="plate_number" vertex="1">
-           <mxGeometry height="30" width="150" x="30" as="geometry">
-             <mxRectangle height="30" width="150" as="alternateBounds" />
+           <mxGeometry height="30" width="140" x="30" as="geometry">
+             <mxRectangle height="30" width="140" as="alternateBounds" />
          </mxGeometry>
        </mxCell>
        <mxCell id="OnuUYCShp_7tIGQlhjLA-162" parent="OnuUYCShp_7tIGQlhjLA-155" style="shape=tableRow;horizontal=0;startSize=0;swimlaneHead=0;swimlaneBody=0;fillColor=none;collapsible=0;dropTarget=0;points=[[0,0.5],[1,0.5]];portConstraint=eastwest;top=0;left=0;right=0;bottom=0;" value="" vertex="1">
-           <mxGeometry height="30" width="180" y="90" as="geometry" />
+           <mxGeometry height="30" width="170" y="90" as="geometry" />
        </mxCell>
        <mxCell id="OnuUYCShp_7tIGQlhjLA-163" parent="OnuUYCShp_7tIGQlhjLA-162" style="shape=partialRectangle;connectable=0;fillColor=none;top=0;left=0;bottom=0;right=0;editable=1;overflow=hidden;whiteSpace=wrap;html=1;" value="" vertex="1">
          <mxGeometry height="30" width="30" as="geometry">
            <mxRectangle height="30" width="30" as="alternateBounds" />
          </mxGeometry>
        </mxCell>
        <mxCell id="OnuUYCShp_7tIGQlhjLA-164" parent="OnuUYCShp_7tIGQlhjLA-162" style="shape=partialRectangle;connectable=0;fillColor=none;top=0;left=0;bottom=0;right=0;align=left;spacingLeft=6;overflow=hidden;whiteSpace=wrap;html=1;" value="capacity" vertex="1">
-           <mxGeometry height="30" width="150" x="30" as="geometry">
-             <mxRectangle height="30" width="150" as="alternateBounds" />
+           <mxGeometry height="30" width="140" x="30" as="geometry">
+             <mxRectangle height="30" width="140" as="alternateBounds" />
          </mxGeometry>
        </mxCell>
        <mxCell id="OnuUYCShp_7tIGQlhjLA-165" parent="OnuUYCShp_7tIGQlhjLA-155" style="shape=tableRow;horizontal=0;startSize=0;swimlaneHead=0;swimlaneBody=0;fillColor=none;collapsible=0;dropTarget=0;points=[[0,0.5],[1,0.5]];portConstraint=eastwest;top=0;left=0;right=0;bottom=0;" value="" vertex="1">
-           <mxGeometry height="30" width="180" y="120" as="geometry" />
+           <mxGeometry height="30" width="170" y="120" as="geometry" />
        </mxCell>
        <mxCell id="OnuUYCShp_7tIGQlhjLA-166" parent="OnuUYCShp_7tIGQlhjLA-165" style="shape=partialRectangle;connectable=0;fillColor=none;top=0;left=0;bottom=0;right=0;editable=1;overflow=hidden;whiteSpace=wrap;html=1;" value="" vertex="1">
          <mxGeometry height="30" width="30" as="geometry">
            <mxRectangle height="30" width="30" as="alternateBounds" />
          </mxGeometry>
        </mxCell>
        <mxCell id="OnuUYCShp_7tIGQlhjLA-167" parent="OnuUYCShp_7tIGQlhjLA-165" style="shape=partialRectangle;connectable=0;fillColor=none;top=0;left=0;bottom=0;right=0;align=left;spacingLeft=6;overflow=hidden;whiteSpace=wrap;html=1;" value="status" vertex="1">
-           <mxGeometry height="30" width="150" x="30" as="geometry">
-             <mxRectangle height="30" width="150" as="alternateBounds" />
+           <mxGeometry height="30" width="140" x="30" as="geometry">
+             <mxRectangle height="30" width="140" as="alternateBounds" />
          </mxGeometry>
        </mxCell>
        <mxCell id="OnuUYCShp_7tIGQlhjLA-168" parent="1" style="shape=table;startSize=30;container=1;collapsible=1;childLayout=tableLayout;fixedRows=1;rowLines=0;fontStyle=1;align=center;resizeLast=1;html=1;" value="Managers" vertex="1">
-           <mxGeometry height="120" width="180" x="400" y="190" as="geometry" />
+           <mxGeometry height="120" width="170" x="405" y="190" as="geometry" />
        </mxCell>
        <mxCell id="OnuUYCShp_7tIGQlhjLA-169" parent="OnuUYCShp_7tIGQlhjLA-168" style="shape=tableRow;horizontal=0;startSize=0;swimlaneHead=0;swimlaneBody=0;fillColor=none;collapsible=0;dropTarget=0;points=[[0,0.5],[1,0.5]];portConstraint=eastwest;top=0;left=0;right=0;bottom=1;" value="" vertex="1">
-           <mxGeometry height="30" width="180" y="30" as="geometry" />
+           <mxGeometry height="30" width="170" y="30" as="geometry" />
        </mxCell>
        <mxCell id="OnuUYCShp_7tIGQlhjLA-170" parent="OnuUYCShp_7tIGQlhjLA-169" style="shape=partialRectangle;connectable=0;fillColor=none;top=0;left=0;bottom=0;right=0;fontStyle=1;overflow=hidden;whiteSpace=wrap;html=1;" value="PK" vertex="1">
          <mxGeometry height="30" width="30" as="geometry">
            <mxRectangle height="30" width="30" as="alternateBounds" />
          </mxGeometry>
        </mxCell>
        <mxCell id="OnuUYCShp_7tIGQlhjLA-171" parent="OnuUYCShp_7tIGQlhjLA-169" style="shape=partialRectangle;connectable=0;fillColor=none;top=0;left=0;bottom=0;right=0;align=left;spacingLeft=6;fontStyle=5;overflow=hidden;whiteSpace=wrap;html=1;" value="managerID" vertex="1">
-           <mxGeometry height="30" width="150" x="30" as="geometry">
-             <mxRectangle height="30" width="150" as="alternateBounds" />
+           <mxGeometry height="30" width="140" x="30" as="geometry">
+             <mxRectangle height="30" width="140" as="alternateBounds" />
          </mxGeometry>
        </mxCell>
        <mxCell id="OnuUYCShp_7tIGQlhjLA-172" parent="OnuUYCShp_7tIGQlhjLA-168" style="shape=tableRow;horizontal=0;startSize=0;swimlaneHead=0;swimlaneBody=0;fillColor=none;collapsible=0;dropTarget=0;points=[[0,0.5],[1,0.5]];portConstraint=eastwest;top=0;left=0;right=0;bottom=0;" value="" vertex="1">
-           <mxGeometry height="30" width="180" y="60" as="geometry" />
+           <mxGeometry height="30" width="170" y="60" as="geometry" />
        </mxCell>
        <mxCell id="OnuUYCShp_7tIGQlhjLA-173" parent="OnuUYCShp_7tIGQlhjLA-172" style="shape=partialRectangle;connectable=0;fillColor=none;top=0;left=0;bottom=0;right=0;editable=1;overflow=hidden;whiteSpace=wrap;html=1;" value="" vertex="1">
          <mxGeometry height="30" width="30" as="geometry">
            <mxRectangle height="30" width="30" as="alternateBounds" />
          </mxGeometry>
        </mxCell>
        <mxCell id="OnuUYCShp_7tIGQlhjLA-174" parent="OnuUYCShp_7tIGQlhjLA-172" style="shape=partialRectangle;connectable=0;fillColor=none;top=0;left=0;bottom=0;right=0;align=left;spacingLeft=6;overflow=hidden;whiteSpace=wrap;html=1;" value="full_name" vertex="1">
-           <mxGeometry height="30" width="150" x="30" as="geometry">
-             <mxRectangle height="30" width="150" as="alternateBounds" />
+           <mxGeometry height="30" width="140" x="30" as="geometry">
+             <mxRectangle height="30" width="140" as="alternateBounds" />
          </mxGeometry>
        </mxCell>
        <mxCell id="OnuUYCShp_7tIGQlhjLA-175" parent="OnuUYCShp_7tIGQlhjLA-168" style="shape=tableRow;horizontal=0;startSize=0;swimlaneHead=0;swimlaneBody=0;fillColor=none;collapsible=0;dropTarget=0;points=[[0,0.5],[1,0.5]];portConstraint=eastwest;top=0;left=0;right=0;bottom=0;" value="" vertex="1">
-           <mxGeometry height="30" width="180" y="90" as="geometry" />
+           <mxGeometry height="30" width="170" y="90" as="geometry" />
        </mxCell>
        <mxCell id="OnuUYCShp_7tIGQlhjLA-176" parent="OnuUYCShp_7tIGQlhjLA-175" style="shape=partialRectangle;connectable=0;fillColor=none;top=0;left=0;bottom=0;right=0;editable=1;overflow=hidden;whiteSpace=wrap;html=1;" value="" vertex="1">
          <mxGeometry height="30" width="30" as="geometry">
            <mxRectangle height="30" width="30" as="alternateBounds" />
          </mxGeometry>
        </mxCell>
        <mxCell id="OnuUYCShp_7tIGQlhjLA-177" parent="OnuUYCShp_7tIGQlhjLA-175" style="shape=partialRectangle;connectable=0;fillColor=none;top=0;left=0;bottom=0;right=0;align=left;spacingLeft=6;overflow=hidden;whiteSpace=wrap;html=1;" value="email" vertex="1">
-           <mxGeometry height="30" width="150" x="30" as="geometry">
-             <mxRectangle height="30" width="150" as="alternateBounds" />
+           <mxGeometry height="30" width="140" x="30" as="geometry">
+             <mxRectangle height="30" width="140" as="alternateBounds" />
          </mxGeometry>
        </mxCell>
        <mxCell id="OnuUYCShp_7tIGQlhjLA-181" parent="1" style="shape=table;startSize=30;container=1;collapsible=1;childLayout=tableLayout;fixedRows=1;rowLines=0;fontStyle=1;align=center;resizeLast=1;html=1;" value="Payments" vertex="1">
          <mxGeometry height="180" width="180" x="690" y="670" as="geometry" />
        </mxCell>
        <mxCell id="OnuUYCShp_7tIGQlhjLA-182" parent="OnuUYCShp_7tIGQlhjLA-181" style="shape=tableRow;horizontal=0;startSize=0;swimlaneHead=0;swimlaneBody=0;fillColor=none;collapsible=0;dropTarget=0;points=[[0,0.5],[1,0.5]];portConstraint=eastwest;top=0;left=0;right=0;bottom=1;" value="" vertex="1">
          <mxGeometry height="30" width="180" y="30" as="geometry" />
        </mxCell>
        <mxCell id="OnuUYCShp_7tIGQlhjLA-183" parent="OnuUYCShp_7tIGQlhjLA-182" style="shape=partialRectangle;connectable=0;fillColor=none;top=0;left=0;bottom=0;right=0;fontStyle=1;overflow=hidden;whiteSpace=wrap;html=1;" value="PK" vertex="1">
          <mxGeometry height="30" width="30" as="geometry">
            <mxRectangle height="30" width="30" as="alternateBounds" />
          </mxGeometry>
        </mxCell>
        <mxCell id="OnuUYCShp_7tIGQlhjLA-184" parent="OnuUYCShp_7tIGQlhjLA-182" style="shape=partialRectangle;connectable=0;fillColor=none;top=0;left=0;bottom=0;right=0;align=left;spacingLeft=6;fontStyle=5;overflow=hidden;whiteSpace=wrap;html=1;" value="paymentID" vertex="1">
          <mxGeometry height="30" width="150" x="30" as="geometry">
            <mxRectangle height="30" width="150" as="alternateBounds" />
          </mxGeometry>
        </mxCell>
        <mxCell id="OnuUYCShp_7tIGQlhjLA-185" parent="OnuUYCShp_7tIGQlhjLA-181" style="shape=tableRow;horizontal=0;startSize=0;swimlaneHead=0;swimlaneBody=0;fillColor=none;collapsible=0;dropTarget=0;points=[[0,0.5],[1,0.5]];portConstraint=eastwest;top=0;left=0;right=0;bottom=0;" value="" vertex="1">
          <mxGeometry height="30" width="180" y="60" as="geometry" />
        </mxCell>
        <mxCell id="OnuUYCShp_7tIGQlhjLA-186" parent="OnuUYCShp_7tIGQlhjLA-185" style="shape=partialRectangle;connectable=0;fillColor=none;top=0;left=0;bottom=0;right=0;editable=1;overflow=hidden;whiteSpace=wrap;html=1;" value="FK" vertex="1">
          <mxGeometry height="30" width="30" as="geometry">
            <mxRectangle height="30" width="30" as="alternateBounds" />
          </mxGeometry>
        </mxCell>
        <mxCell id="OnuUYCShp_7tIGQlhjLA-187" parent="OnuUYCShp_7tIGQlhjLA-185" style="shape=partialRectangle;connectable=0;fillColor=none;top=0;left=0;bottom=0;right=0;align=left;spacingLeft=6;overflow=hidden;whiteSpace=wrap;html=1;" value="invoiceID" vertex="1">
          <mxGeometry height="30" width="150" x="30" as="geometry">
            <mxRectangle height="30" width="150" as="alternateBounds" />
          </mxGeometry>
        </mxCell>
        <mxCell id="OnuUYCShp_7tIGQlhjLA-188" parent="OnuUYCShp_7tIGQlhjLA-181" style="shape=tableRow;horizontal=0;startSize=0;swimlaneHead=0;swimlaneBody=0;fillColor=none;collapsible=0;dropTarget=0;points=[[0,0.5],[1,0.5]];portConstraint=eastwest;top=0;left=0;right=0;bottom=0;" value="" vertex="1">
          <mxGeometry height="30" width="180" y="90" as="geometry" />
        </mxCell>
        <mxCell id="OnuUYCShp_7tIGQlhjLA-189" parent="OnuUYCShp_7tIGQlhjLA-188" style="shape=partialRectangle;connectable=0;fillColor=none;top=0;left=0;bottom=0;right=0;editable=1;overflow=hidden;whiteSpace=wrap;html=1;" value="" vertex="1">
          <mxGeometry height="30" width="30" as="geometry">
            <mxRectangle height="30" width="30" as="alternateBounds" />
          </mxGeometry>
        </mxCell>
        <mxCell id="OnuUYCShp_7tIGQlhjLA-190" parent="OnuUYCShp_7tIGQlhjLA-188" style="shape=partialRectangle;connectable=0;fillColor=none;top=0;left=0;bottom=0;right=0;align=left;spacingLeft=6;overflow=hidden;whiteSpace=wrap;html=1;" value="payment_date" vertex="1">
          <mxGeometry height="30" width="150" x="30" as="geometry">
            <mxRectangle height="30" width="150" as="alternateBounds" />
          </mxGeometry>
        </mxCell>
        <mxCell id="OnuUYCShp_7tIGQlhjLA-191" parent="OnuUYCShp_7tIGQlhjLA-181" style="shape=tableRow;horizontal=0;startSize=0;swimlaneHead=0;swimlaneBody=0;fillColor=none;collapsible=0;dropTarget=0;points=[[0,0.5],[1,0.5]];portConstraint=eastwest;top=0;left=0;right=0;bottom=0;" value="" vertex="1">
          <mxGeometry height="30" width="180" y="120" as="geometry" />
        </mxCell>
        <mxCell id="OnuUYCShp_7tIGQlhjLA-192" parent="OnuUYCShp_7tIGQlhjLA-191" style="shape=partialRectangle;connectable=0;fillColor=none;top=0;left=0;bottom=0;right=0;editable=1;overflow=hidden;whiteSpace=wrap;html=1;" value="" vertex="1">
          <mxGeometry height="30" width="30" as="geometry">
            <mxRectangle height="30" width="30" as="alternateBounds" />
          </mxGeometry>
        </mxCell>
        <mxCell id="OnuUYCShp_7tIGQlhjLA-193" parent="OnuUYCShp_7tIGQlhjLA-191" style="shape=partialRectangle;connectable=0;fillColor=none;top=0;left=0;bottom=0;right=0;align=left;spacingLeft=6;overflow=hidden;whiteSpace=wrap;html=1;" value="amount" vertex="1">
          <mxGeometry height="30" width="150" x="30" as="geometry">
            <mxRectangle height="30" width="150" as="alternateBounds" />
          </mxGeometry>
        </mxCell>
        <mxCell id="OnuUYCShp_7tIGQlhjLA-258" parent="OnuUYCShp_7tIGQlhjLA-181" style="shape=tableRow;horizontal=0;startSize=0;swimlaneHead=0;swimlaneBody=0;fillColor=none;collapsible=0;dropTarget=0;points=[[0,0.5],[1,0.5]];portConstraint=eastwest;top=0;left=0;right=0;bottom=0;" value="" vertex="1">
          <mxGeometry height="30" width="180" y="150" as="geometry" />
        </mxCell>
        <mxCell id="OnuUYCShp_7tIGQlhjLA-259" parent="OnuUYCShp_7tIGQlhjLA-258" style="shape=partialRectangle;connectable=0;fillColor=none;top=0;left=0;bottom=0;right=0;editable=1;overflow=hidden;whiteSpace=wrap;html=1;" value="" vertex="1">
          <mxGeometry height="30" width="30" as="geometry">
            <mxRectangle height="30" width="30" as="alternateBounds" />
          </mxGeometry>
        </mxCell>
        <mxCell id="OnuUYCShp_7tIGQlhjLA-260" parent="OnuUYCShp_7tIGQlhjLA-258" style="shape=partialRectangle;connectable=0;fillColor=none;top=0;left=0;bottom=0;right=0;align=left;spacingLeft=6;overflow=hidden;whiteSpace=wrap;html=1;" value="status" vertex="1">
          <mxGeometry height="30" width="150" x="30" as="geometry">
            <mxRectangle height="30" width="150" as="alternateBounds" />
          </mxGeometry>
        </mxCell>
        <mxCell id="OnuUYCShp_7tIGQlhjLA-194" parent="1" style="shape=table;startSize=30;container=1;collapsible=1;childLayout=tableLayout;fixedRows=1;rowLines=0;fontStyle=1;align=center;resizeLast=1;html=1;" value="Logisticians" vertex="1">
-           <mxGeometry height="120" width="180" x="690" y="190" as="geometry" />
+           <mxGeometry height="120" width="170.00000000000023" x="690" y="190" as="geometry" />
        </mxCell>
        <mxCell id="OnuUYCShp_7tIGQlhjLA-195" parent="OnuUYCShp_7tIGQlhjLA-194" style="shape=tableRow;horizontal=0;startSize=0;swimlaneHead=0;swimlaneBody=0;fillColor=none;collapsible=0;dropTarget=0;points=[[0,0.5],[1,0.5]];portConstraint=eastwest;top=0;left=0;right=0;bottom=1;" value="" vertex="1">
-           <mxGeometry height="30" width="180" y="30" as="geometry" />
+           <mxGeometry height="30" width="170.00000000000023" y="30" as="geometry" />
        </mxCell>
        <mxCell id="OnuUYCShp_7tIGQlhjLA-196" parent="OnuUYCShp_7tIGQlhjLA-195" style="shape=partialRectangle;connectable=0;fillColor=none;top=0;left=0;bottom=0;right=0;fontStyle=1;overflow=hidden;whiteSpace=wrap;html=1;" value="PK" vertex="1">
          <mxGeometry height="30" width="30" as="geometry">
            <mxRectangle height="30" width="30" as="alternateBounds" />
          </mxGeometry>
        </mxCell>
        <mxCell id="OnuUYCShp_7tIGQlhjLA-197" parent="OnuUYCShp_7tIGQlhjLA-195" style="shape=partialRectangle;connectable=0;fillColor=none;top=0;left=0;bottom=0;right=0;align=left;spacingLeft=6;fontStyle=5;overflow=hidden;whiteSpace=wrap;html=1;" value="logistID" vertex="1">
-           <mxGeometry height="30" width="150" x="30" as="geometry">
-             <mxRectangle height="30" width="150" as="alternateBounds" />
+           <mxGeometry height="30" width="140.00000000000023" x="30" as="geometry">
+             <mxRectangle height="30" width="140.00000000000023" as="alternateBounds" />
          </mxGeometry>
        </mxCell>
        <mxCell id="OnuUYCShp_7tIGQlhjLA-198" parent="OnuUYCShp_7tIGQlhjLA-194" style="shape=tableRow;horizontal=0;startSize=0;swimlaneHead=0;swimlaneBody=0;fillColor=none;collapsible=0;dropTarget=0;points=[[0,0.5],[1,0.5]];portConstraint=eastwest;top=0;left=0;right=0;bottom=0;" value="" vertex="1">
-           <mxGeometry height="30" width="180" y="60" as="geometry" />
+           <mxGeometry height="30" width="170.00000000000023" y="60" as="geometry" />
        </mxCell>
        <mxCell id="OnuUYCShp_7tIGQlhjLA-199" parent="OnuUYCShp_7tIGQlhjLA-198" style="shape=partialRectangle;connectable=0;fillColor=none;top=0;left=0;bottom=0;right=0;editable=1;overflow=hidden;whiteSpace=wrap;html=1;" value="" vertex="1">
          <mxGeometry height="30" width="30" as="geometry">
            <mxRectangle height="30" width="30" as="alternateBounds" />
          </mxGeometry>
        </mxCell>
        <mxCell id="OnuUYCShp_7tIGQlhjLA-200" parent="OnuUYCShp_7tIGQlhjLA-198" style="shape=partialRectangle;connectable=0;fillColor=none;top=0;left=0;bottom=0;right=0;align=left;spacingLeft=6;overflow=hidden;whiteSpace=wrap;html=1;" value="full_name" vertex="1">
-           <mxGeometry height="30" width="150" x="30" as="geometry">
-             <mxRectangle height="30" width="150" as="alternateBounds" />
+           <mxGeometry height="30" width="140.00000000000023" x="30" as="geometry">
+             <mxRectangle height="30" width="140.00000000000023" as="alternateBounds" />
          </mxGeometry>
        </mxCell>
        <mxCell id="OnuUYCShp_7tIGQlhjLA-201" parent="OnuUYCShp_7tIGQlhjLA-194" style="shape=tableRow;horizontal=0;startSize=0;swimlaneHead=0;swimlaneBody=0;fillColor=none;collapsible=0;dropTarget=0;points=[[0,0.5],[1,0.5]];portConstraint=eastwest;top=0;left=0;right=0;bottom=0;" value="" vertex="1">
-           <mxGeometry height="30" width="180" y="90" as="geometry" />
+           <mxGeometry height="30" width="170.00000000000023" y="90" as="geometry" />
        </mxCell>
        <mxCell id="OnuUYCShp_7tIGQlhjLA-202" parent="OnuUYCShp_7tIGQlhjLA-201" style="shape=partialRectangle;connectable=0;fillColor=none;top=0;left=0;bottom=0;right=0;editable=1;overflow=hidden;whiteSpace=wrap;html=1;" value="" vertex="1">
          <mxGeometry height="30" width="30" as="geometry">
            <mxRectangle height="30" width="30" as="alternateBounds" />
          </mxGeometry>
        </mxCell>
        <mxCell id="OnuUYCShp_7tIGQlhjLA-203" parent="OnuUYCShp_7tIGQlhjLA-201" style="shape=partialRectangle;connectable=0;fillColor=none;top=0;left=0;bottom=0;right=0;align=left;spacingLeft=6;overflow=hidden;whiteSpace=wrap;html=1;" value="email" vertex="1">
-           <mxGeometry height="30" width="150" x="30" as="geometry">
-             <mxRectangle height="30" width="150" as="alternateBounds" />
+           <mxGeometry height="30" width="140.00000000000023" x="30" as="geometry">
+             <mxRectangle height="30" width="140.00000000000023" as="alternateBounds" />
          </mxGeometry>
        </mxCell>
        <mxCell id="OnuUYCShp_7tIGQlhjLA-284" parent="1" style="shape=table;startSize=30;container=1;collapsible=1;childLayout=tableLayout;fixedRows=1;rowLines=0;fontStyle=1;align=center;resizeLast=1;html=1;" value="Documents" vertex="1">
-           <mxGeometry height="180" width="180" x="930" y="160" as="geometry" />
+           <mxGeometry height="180" width="160" x="925" y="190" as="geometry" />
        </mxCell>
        <mxCell id="OnuUYCShp_7tIGQlhjLA-285" parent="OnuUYCShp_7tIGQlhjLA-284" style="shape=tableRow;horizontal=0;startSize=0;swimlaneHead=0;swimlaneBody=0;fillColor=none;collapsible=0;dropTarget=0;points=[[0,0.5],[1,0.5]];portConstraint=eastwest;top=0;left=0;right=0;bottom=1;" value="" vertex="1">
-           <mxGeometry height="30" width="180" y="30" as="geometry" />
+           <mxGeometry height="30" width="160" y="30" as="geometry" />
        </mxCell>
        <mxCell id="OnuUYCShp_7tIGQlhjLA-286" parent="OnuUYCShp_7tIGQlhjLA-285" style="shape=partialRectangle;connectable=0;fillColor=none;top=0;left=0;bottom=0;right=0;fontStyle=1;overflow=hidden;whiteSpace=wrap;html=1;" value="PK" vertex="1">
          <mxGeometry height="30" width="30" as="geometry">
            <mxRectangle height="30" width="30" as="alternateBounds" />
          </mxGeometry>
        </mxCell>
        <mxCell id="OnuUYCShp_7tIGQlhjLA-287" parent="OnuUYCShp_7tIGQlhjLA-285" style="shape=partialRectangle;connectable=0;fillColor=none;top=0;left=0;bottom=0;right=0;align=left;spacingLeft=6;fontStyle=5;overflow=hidden;whiteSpace=wrap;html=1;" value="documentID" vertex="1">
-           <mxGeometry height="30" width="150" x="30" as="geometry">
-             <mxRectangle height="30" width="150" as="alternateBounds" />
+           <mxGeometry height="30" width="130" x="30" as="geometry">
+             <mxRectangle height="30" width="130" as="alternateBounds" />
          </mxGeometry>
        </mxCell>
        <mxCell id="OnuUYCShp_7tIGQlhjLA-288" parent="OnuUYCShp_7tIGQlhjLA-284" style="shape=tableRow;horizontal=0;startSize=0;swimlaneHead=0;swimlaneBody=0;fillColor=none;collapsible=0;dropTarget=0;points=[[0,0.5],[1,0.5]];portConstraint=eastwest;top=0;left=0;right=0;bottom=0;" value="" vertex="1">
-           <mxGeometry height="30" width="180" y="60" as="geometry" />
+           <mxGeometry height="30" width="160" y="60" as="geometry" />
        </mxCell>
        <mxCell id="OnuUYCShp_7tIGQlhjLA-289" parent="OnuUYCShp_7tIGQlhjLA-288" style="shape=partialRectangle;connectable=0;fillColor=none;top=0;left=0;bottom=0;right=0;editable=1;overflow=hidden;whiteSpace=wrap;html=1;" value="FK" vertex="1">
          <mxGeometry height="30" width="30" as="geometry">
            <mxRectangle height="30" width="30" as="alternateBounds" />
          </mxGeometry>
        </mxCell>
        <mxCell id="OnuUYCShp_7tIGQlhjLA-290" parent="OnuUYCShp_7tIGQlhjLA-288" style="shape=partialRectangle;connectable=0;fillColor=none;top=0;left=0;bottom=0;right=0;align=left;spacingLeft=6;overflow=hidden;whiteSpace=wrap;html=1;" value="tripID" vertex="1">
-           <mxGeometry height="30" width="150" x="30" as="geometry">
-             <mxRectangle height="30" width="150" as="alternateBounds" />
+           <mxGeometry height="30" width="130" x="30" as="geometry">
+             <mxRectangle height="30" width="130" as="alternateBounds" />
          </mxGeometry>
        </mxCell>
        <mxCell id="OnuUYCShp_7tIGQlhjLA-291" parent="OnuUYCShp_7tIGQlhjLA-284" style="shape=tableRow;horizontal=0;startSize=0;swimlaneHead=0;swimlaneBody=0;fillColor=none;collapsible=0;dropTarget=0;points=[[0,0.5],[1,0.5]];portConstraint=eastwest;top=0;left=0;right=0;bottom=0;" value="" vertex="1">
-           <mxGeometry height="30" width="180" y="90" as="geometry" />
+           <mxGeometry height="30" width="160" y="90" as="geometry" />
        </mxCell>
        <mxCell id="OnuUYCShp_7tIGQlhjLA-292" parent="OnuUYCShp_7tIGQlhjLA-291" style="shape=partialRectangle;connectable=0;fillColor=none;top=0;left=0;bottom=0;right=0;editable=1;overflow=hidden;whiteSpace=wrap;html=1;" value="" vertex="1">
          <mxGeometry height="30" width="30" as="geometry">
            <mxRectangle height="30" width="30" as="alternateBounds" />
          </mxGeometry>
        </mxCell>
        <mxCell id="OnuUYCShp_7tIGQlhjLA-293" parent="OnuUYCShp_7tIGQlhjLA-291" style="shape=partialRectangle;connectable=0;fillColor=none;top=0;left=0;bottom=0;right=0;align=left;spacingLeft=6;overflow=hidden;whiteSpace=wrap;html=1;" value="document_type" vertex="1">
-           <mxGeometry height="30" width="150" x="30" as="geometry">
-             <mxRectangle height="30" width="150" as="alternateBounds" />
+           <mxGeometry height="30" width="130" x="30" as="geometry">
+             <mxRectangle height="30" width="130" as="alternateBounds" />
          </mxGeometry>
        </mxCell>
        <mxCell id="OnuUYCShp_7tIGQlhjLA-294" parent="OnuUYCShp_7tIGQlhjLA-284" style="shape=tableRow;horizontal=0;startSize=0;swimlaneHead=0;swimlaneBody=0;fillColor=none;collapsible=0;dropTarget=0;points=[[0,0.5],[1,0.5]];portConstraint=eastwest;top=0;left=0;right=0;bottom=0;" value="" vertex="1">
-           <mxGeometry height="30" width="180" y="120" as="geometry" />
+           <mxGeometry height="30" width="160" y="120" as="geometry" />
        </mxCell>
        <mxCell id="OnuUYCShp_7tIGQlhjLA-295" parent="OnuUYCShp_7tIGQlhjLA-294" style="shape=partialRectangle;connectable=0;fillColor=none;top=0;left=0;bottom=0;right=0;editable=1;overflow=hidden;whiteSpace=wrap;html=1;" value="" vertex="1">
          <mxGeometry height="30" width="30" as="geometry">
            <mxRectangle height="30" width="30" as="alternateBounds" />
          </mxGeometry>
        </mxCell>
        <mxCell id="OnuUYCShp_7tIGQlhjLA-296" parent="OnuUYCShp_7tIGQlhjLA-294" style="shape=partialRectangle;connectable=0;fillColor=none;top=0;left=0;bottom=0;right=0;align=left;spacingLeft=6;overflow=hidden;whiteSpace=wrap;html=1;" value="sent_date" vertex="1">
-           <mxGeometry height="30" width="150" x="30" as="geometry">
-             <mxRectangle height="30" width="150" as="alternateBounds" />
+           <mxGeometry height="30" width="130" x="30" as="geometry">
+             <mxRectangle height="30" width="130" as="alternateBounds" />
          </mxGeometry>
        </mxCell>
        <mxCell id="OnuUYCShp_7tIGQlhjLA-297" parent="OnuUYCShp_7tIGQlhjLA-284" style="shape=tableRow;horizontal=0;startSize=0;swimlaneHead=0;swimlaneBody=0;fillColor=none;collapsible=0;dropTarget=0;points=[[0,0.5],[1,0.5]];portConstraint=eastwest;top=0;left=0;right=0;bottom=0;" value="" vertex="1">
-           <mxGeometry height="30" width="180" y="150" as="geometry" />
+           <mxGeometry height="30" width="160" y="150" as="geometry" />
        </mxCell>
        <mxCell id="OnuUYCShp_7tIGQlhjLA-298" parent="OnuUYCShp_7tIGQlhjLA-297" style="shape=partialRectangle;connectable=0;fillColor=none;top=0;left=0;bottom=0;right=0;editable=1;overflow=hidden;whiteSpace=wrap;html=1;" value="" vertex="1">
          <mxGeometry height="30" width="30" as="geometry">
            <mxRectangle height="30" width="30" as="alternateBounds" />
          </mxGeometry>
        </mxCell>
        <mxCell id="OnuUYCShp_7tIGQlhjLA-299" parent="OnuUYCShp_7tIGQlhjLA-297" style="shape=partialRectangle;connectable=0;fillColor=none;top=0;left=0;bottom=0;right=0;align=left;spacingLeft=6;overflow=hidden;whiteSpace=wrap;html=1;" value="payment_duedate" vertex="1">
-           <mxGeometry height="30" width="150" x="30" as="geometry">
-             <mxRectangle height="30" width="150" as="alternateBounds" />
+           <mxGeometry height="30" width="130" x="30" as="geometry">
+             <mxRectangle height="30" width="130" as="alternateBounds" />
          </mxGeometry>
        </mxCell>
        <mxCell id="OnuUYCShp_7tIGQlhjLA-306" edge="1" parent="1" source="OnuUYCShp_7tIGQlhjLA-104" style="edgeStyle=entityRelationEdgeStyle;fontSize=12;html=1;endArrow=ERoneToMany;rounded=0;exitX=1;exitY=0.5;exitDx=0;exitDy=0;entryX=0;entryY=0.5;entryDx=0;entryDy=0;" target="OnuUYCShp_7tIGQlhjLA-120" value="">
          <mxGeometry height="100" relative="1" width="100" as="geometry">
            <mxPoint x="720" y="600" as="sourcePoint" />
            <mxPoint x="820" y="500" as="targetPoint" />
          </mxGeometry>
        </mxCell>
        <mxCell id="K7VIHhopU0hZgh41mfQP-1" edge="1" parent="1" source="OnuUYCShp_7tIGQlhjLA-169" style="edgeStyle=orthogonalEdgeStyle;fontSize=12;html=1;endArrow=ERoneToMany;rounded=0;exitX=0;exitY=0.5;exitDx=0;exitDy=0;entryX=0.005;entryY=0.543;entryDx=0;entryDy=0;entryPerimeter=0;" target="OnuUYCShp_7tIGQlhjLA-123" value="">
          <mxGeometry height="100" relative="1" width="100" as="geometry">
            <Array as="points">
              <mxPoint x="360" y="235" />
              <mxPoint x="360" y="476" />
            </Array>
            <mxPoint x="320" y="290" as="sourcePoint" />
            <mxPoint x="320" y="480" as="targetPoint" />
          </mxGeometry>
        </mxCell>
        <mxCell id="K7VIHhopU0hZgh41mfQP-2" edge="1" parent="1" source="OnuUYCShp_7tIGQlhjLA-117" style="edgeStyle=entityRelationEdgeStyle;fontSize=12;html=1;endArrow=ERoneToMany;rounded=0;exitX=1;exitY=0.5;exitDx=0;exitDy=0;entryX=1;entryY=0.5;entryDx=0;entryDy=0;" target="OnuUYCShp_7tIGQlhjLA-133" value="">
          <mxGeometry height="100" relative="1" width="100" as="geometry">
            <mxPoint x="630" y="560" as="sourcePoint" />
            <mxPoint x="730" y="460" as="targetPoint" />
          </mxGeometry>
        </mxCell>
        <mxCell id="K7VIHhopU0hZgh41mfQP-3" edge="1" parent="1" source="OnuUYCShp_7tIGQlhjLA-130" style="edgeStyle=entityRelationEdgeStyle;fontSize=12;html=1;endArrow=ERoneToMany;rounded=0;exitX=1;exitY=0.5;exitDx=0;exitDy=0;entryX=0;entryY=0.5;entryDx=0;entryDy=0;" target="OnuUYCShp_7tIGQlhjLA-185" value="">
          <mxGeometry height="100" relative="1" width="100" as="geometry">
            <mxPoint x="630" y="560" as="sourcePoint" />
            <mxPoint x="730" y="460" as="targetPoint" />
          </mxGeometry>
        </mxCell>
        <mxCell id="K7VIHhopU0hZgh41mfQP-5" edge="1" parent="1" source="OnuUYCShp_7tIGQlhjLA-156" style="edgeStyle=entityRelationEdgeStyle;fontSize=12;html=1;endArrow=ERoneToMany;rounded=0;exitX=0;exitY=0.5;exitDx=0;exitDy=0;entryX=1;entryY=0.5;entryDx=0;entryDy=0;" target="OnuUYCShp_7tIGQlhjLA-149" value="">
          <mxGeometry height="100" relative="1" width="100" as="geometry">
            <mxPoint x="710" y="590" as="sourcePoint" />
            <mxPoint x="810" y="490" as="targetPoint" />
          </mxGeometry>
        </mxCell>
        <mxCell id="K7VIHhopU0hZgh41mfQP-6" edge="1" parent="1" source="OnuUYCShp_7tIGQlhjLA-143" style="edgeStyle=entityRelationEdgeStyle;fontSize=12;html=1;endArrow=ERoneToMany;rounded=0;exitX=1;exitY=0.5;exitDx=0;exitDy=0;" target="OnuUYCShp_7tIGQlhjLA-288" value="">
          <mxGeometry height="100" relative="1" width="100" as="geometry">
            <mxPoint x="710" y="590" as="sourcePoint" />
            <mxPoint x="810" y="490" as="targetPoint" />
          </mxGeometry>
        </mxCell>
        <mxCell id="K7VIHhopU0hZgh41mfQP-9" edge="1" parent="1" source="OnuUYCShp_7tIGQlhjLA-195" style="edgeStyle=orthogonalEdgeStyle;fontSize=12;html=1;endArrow=ERoneToMany;rounded=0;exitX=0;exitY=0.5;exitDx=0;exitDy=0;entryX=0;entryY=0.5;entryDx=0;entryDy=0;" target="OnuUYCShp_7tIGQlhjLA-149" value="">
          <mxGeometry height="100" relative="1" width="100" as="geometry">
            <Array as="points">
              <mxPoint x="660" y="235" />
              <mxPoint x="660" y="475" />
            </Array>
            <mxPoint x="680" y="470" as="sourcePoint" />
            <mxPoint x="780" y="370" as="targetPoint" />
          </mxGeometry>
        </mxCell>
-         <mxCell id="K7VIHhopU0hZgh41mfQP-10" edge="1" parent="1" source="OnuUYCShp_7tIGQlhjLA-117" style="edgeStyle=entityRelationEdgeStyle;fontSize=12;html=1;endArrow=ERmandOne;startArrow=ERmandOne;rounded=0;exitX=1.008;exitY=0.102;exitDx=0;exitDy=0;exitPerimeter=0;entryX=0;entryY=0.5;entryDx=0;entryDy=0;" target="OnuUYCShp_7tIGQlhjLA-146" value="">
+         <mxCell id="K7VIHhopU0hZgh41mfQP-10" edge="1" parent="1" source="OnuUYCShp_7tIGQlhjLA-117" style="edgeStyle=entityRelationEdgeStyle;fontSize=12;html=1;endArrow=ERmandOne;startArrow=ERmandOne;rounded=0;exitX=1.002;exitY=0.098;exitDx=0;exitDy=0;exitPerimeter=0;entryX=0;entryY=0.5;entryDx=0;entryDy=0;" target="OnuUYCShp_7tIGQlhjLA-146" value="">
          <mxGeometry height="100" relative="1" width="100" as="geometry">
            <mxPoint x="630" y="590" as="sourcePoint" />
            <mxPoint x="730" y="490" as="targetPoint" />
          </mxGeometry>
        </mxCell>
      </root>
    </mxGraphModel>
  </diagram>
</mxfile>
